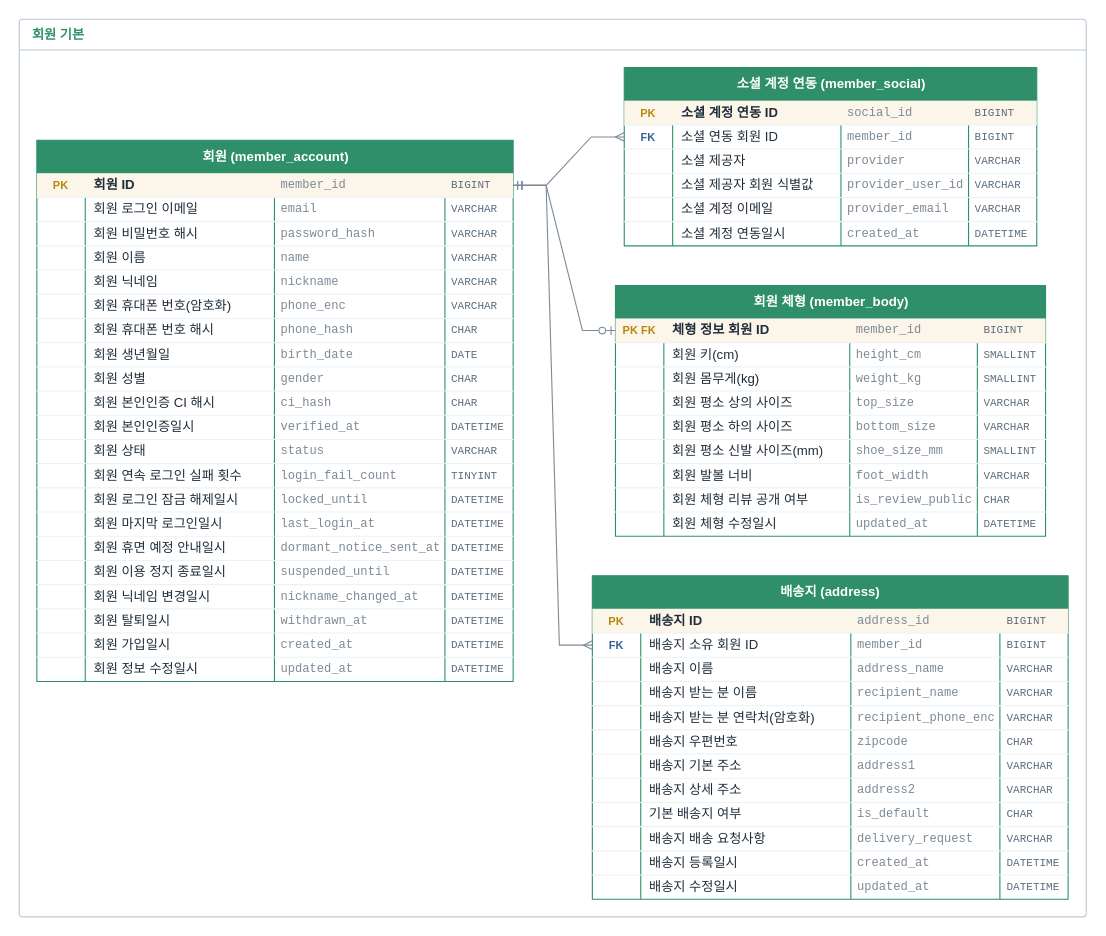
jjonong/fashion-shoppingmall keeps this draw.io diagram as page "고객" (2 of 2) of docs/erd.drawio. Above is the earlier version. Source tidied: cells renumbered, new cells numbered last; positions are measured from the earlier drawing's top-left corner, leaving out a move shared by most shapes. Both pictures are drawn from the tidied source at 110%, with x=0, y=0 at pixel (19, 19).
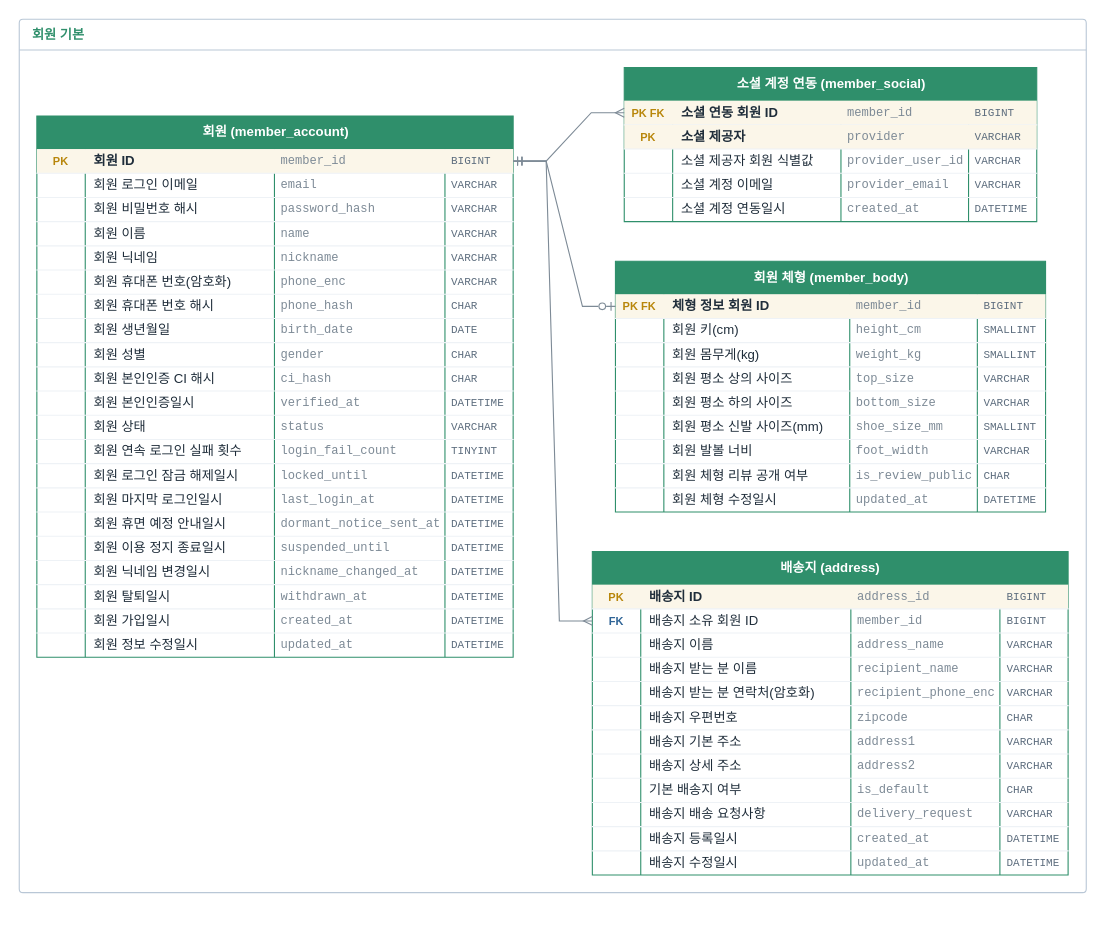
Above is the later version.

Change to the diagram source:
```diff
@@
     <mxCell id="2" value="회원 기본" style="swimlane;startSize=28;rounded=1;arcSize=4;fillColor=none;swimlaneFillColor=none;strokeColor=#b9c7d6;fontColor=#2f8f6b;fontStyle=1;align=left;spacingLeft=10;html=1;" parent="1" vertex="1">
-      <mxGeometry width="970" height="816" as="geometry" />
+      <mxGeometry width="970" height="794" as="geometry" />
     </mxCell>
     <mxCell id="3" value="회원 (member_account)" style="shape=table;startSize=30;childLayout=tableLayout;rowLines=0;fontStyle=1;align=center;html=1;fillColor=#2f8f6b;fontColor=#ffffff;strokeColor=#2f8f6b;swimlaneFillColor=#ffffff;" parent="2" vertex="1">
-      <mxGeometry x="16" y="110" width="433" height="492" as="geometry" />
+      <mxGeometry x="16" y="88" width="433" height="492" as="geometry" />
     </mxCell>
@@
     <mxCell id="109" value="소셜 계정 연동 (member_social)" style="shape=table;startSize=30;childLayout=tableLayout;rowLines=0;fontStyle=1;align=center;html=1;fillColor=#2f8f6b;fontColor=#ffffff;strokeColor=#2f8f6b;swimlaneFillColor=#ffffff;" parent="2" vertex="1">
-      <mxGeometry x="550" y="44" width="375" height="162" as="geometry" />
+      <mxGeometry x="550" y="44" width="375" height="140" as="geometry" />
     </mxCell>
-    <mxCell id="110" style="shape=tableRow;horizontal=0;startSize=0;swimlaneHead=0;swimlaneBody=0;fillColor=#FBF6E9;top=0;left=0;right=0;bottom=1;strokeColor=#eef2f6;" parent="109" vertex="1">
-      <mxGeometry y="30" width="375" height="22" as="geometry" />
-    </mxCell>
-    <mxCell id="111" value="PK" style="shape=partialRectangle;fillColor=none;top=0;left=0;bottom=0;right=0;overflow=hidden;html=1;fontStyle=1;fontColor=#B8860B;fontSize=10;align=center;" parent="110" vertex="1">
-      <mxGeometry width="44" height="22" as="geometry" />
-    </mxCell>
-    <mxCell id="112" value="소셜 계정 연동 ID" style="shape=partialRectangle;fillColor=none;top=0;left=0;bottom=0;right=0;overflow=hidden;html=1;fontStyle=1;fontColor=#1f2d3a;align=left;spacingLeft=6;" parent="110" vertex="1">
-      <mxGeometry x="44" width="153" height="22" as="geometry" />
-    </mxCell>
-    <mxCell id="113" value="social_id" style="shape=partialRectangle;fillColor=none;top=0;left=0;bottom=0;right=0;overflow=hidden;html=1;fontFamily=Consolas;fontColor=#7d8a96;fontSize=11;align=left;spacingLeft=4;" parent="110" vertex="1">
-      <mxGeometry x="197" width="116" height="22" as="geometry" />
-    </mxCell>
-    <mxCell id="114" value="BIGINT" style="shape=partialRectangle;fillColor=none;top=0;left=0;bottom=0;right=0;overflow=hidden;html=1;fontFamily=Consolas;fontColor=#5d6d7e;fontSize=10;align=left;spacingLeft=4;" parent="110" vertex="1">
-      <mxGeometry x="313" width="62" height="22" as="geometry" />
-    </mxCell>
-    <mxCell id="115" style="shape=tableRow;horizontal=0;startSize=0;swimlaneHead=0;swimlaneBody=0;fillColor=none;points=[[0,0.5],[1,0.5]];portConstraint=eastwest;top=0;left=0;right=0;bottom=1;strokeColor=#eef2f6;" parent="109" vertex="1">
-      <mxGeometry y="52" width="375" height="22" as="geometry" />
+    <mxCell id="115" style="shape=tableRow;horizontal=0;startSize=0;swimlaneHead=0;swimlaneBody=0;fillColor=#FBF6E9;points=[[0,0.5],[1,0.5]];portConstraint=eastwest;top=0;left=0;right=0;bottom=1;strokeColor=#eef2f6;" parent="109" vertex="1">
+      <mxGeometry y="30" width="375" height="22" as="geometry" />
     </mxCell>
-    <mxCell id="116" value="FK" style="shape=partialRectangle;fillColor=none;top=0;left=0;bottom=0;right=0;overflow=hidden;html=1;fontStyle=1;fontColor=#2f6496;fontSize=10;align=center;" parent="115" vertex="1">
+    <mxCell id="116" value="PK FK" style="shape=partialRectangle;fillColor=none;top=0;left=0;bottom=0;right=0;overflow=hidden;html=1;fontStyle=1;fontColor=#B8860B;fontSize=10;align=center;" parent="115" vertex="1">
       <mxGeometry width="44" height="22" as="geometry" />
     </mxCell>
-    <mxCell id="117" value="소셜 연동 회원 ID" style="shape=partialRectangle;fillColor=none;top=0;left=0;bottom=0;right=0;overflow=hidden;html=1;fontStyle=0;fontColor=#1f2d3a;align=left;spacingLeft=6;" parent="115" vertex="1">
+    <mxCell id="117" value="소셜 연동 회원 ID" style="shape=partialRectangle;fillColor=none;top=0;left=0;bottom=0;right=0;overflow=hidden;html=1;fontStyle=1;fontColor=#1f2d3a;align=left;spacingLeft=6;" parent="115" vertex="1">
       <mxGeometry x="44" width="153" height="22" as="geometry" />
     </mxCell>
@@
-    <mxCell id="120" style="shape=tableRow;horizontal=0;startSize=0;swimlaneHead=0;swimlaneBody=0;fillColor=none;top=0;left=0;right=0;bottom=1;strokeColor=#eef2f6;" parent="109" vertex="1">
-      <mxGeometry y="74" width="375" height="22" as="geometry" />
+    <mxCell id="120" style="shape=tableRow;horizontal=0;startSize=0;swimlaneHead=0;swimlaneBody=0;fillColor=#FBF6E9;top=0;left=0;right=0;bottom=1;strokeColor=#eef2f6;" parent="109" vertex="1">
+      <mxGeometry y="52" width="375" height="22" as="geometry" />
     </mxCell>
-    <mxCell id="121" style="shape=partialRectangle;fillColor=none;top=0;left=0;bottom=0;right=0;overflow=hidden;html=1;fontStyle=1;fontColor=#2f6496;fontSize=10;align=center;" parent="120" vertex="1">
+    <mxCell id="121" value="PK" style="shape=partialRectangle;fillColor=none;top=0;left=0;bottom=0;right=0;overflow=hidden;html=1;fontStyle=1;fontColor=#B8860B;fontSize=10;align=center;" parent="120" vertex="1">
       <mxGeometry width="44" height="22" as="geometry" />
     </mxCell>
-    <mxCell id="122" value="소셜 제공자" style="shape=partialRectangle;fillColor=none;top=0;left=0;bottom=0;right=0;overflow=hidden;html=1;fontStyle=0;fontColor=#1f2d3a;align=left;spacingLeft=6;" parent="120" vertex="1">
+    <mxCell id="122" value="소셜 제공자" style="shape=partialRectangle;fillColor=none;top=0;left=0;bottom=0;right=0;overflow=hidden;html=1;fontStyle=1;fontColor=#1f2d3a;align=left;spacingLeft=6;" parent="120" vertex="1">
       <mxGeometry x="44" width="153" height="22" as="geometry" />
     </mxCell>
@@
     <mxCell id="125" style="shape=tableRow;horizontal=0;startSize=0;swimlaneHead=0;swimlaneBody=0;fillColor=none;top=0;left=0;right=0;bottom=1;strokeColor=#eef2f6;" parent="109" vertex="1">
-      <mxGeometry y="96" width="375" height="22" as="geometry" />
+      <mxGeometry y="74" width="375" height="22" as="geometry" />
     </mxCell>
@@
     <mxCell id="130" style="shape=tableRow;horizontal=0;startSize=0;swimlaneHead=0;swimlaneBody=0;fillColor=none;top=0;left=0;right=0;bottom=1;strokeColor=#eef2f6;" parent="109" vertex="1">
-      <mxGeometry y="118" width="375" height="22" as="geometry" />
+      <mxGeometry y="96" width="375" height="22" as="geometry" />
     </mxCell>
@@
     <mxCell id="135" style="shape=tableRow;horizontal=0;startSize=0;swimlaneHead=0;swimlaneBody=0;fillColor=none;top=0;left=0;right=0;bottom=0;strokeColor=#eef2f6;" parent="109" vertex="1">
-      <mxGeometry y="140" width="375" height="22" as="geometry" />
+      <mxGeometry y="118" width="375" height="22" as="geometry" />
     </mxCell>
@@
     <mxCell id="140" value="회원 체형 (member_body)" style="shape=table;startSize=30;childLayout=tableLayout;rowLines=0;fontStyle=1;align=center;html=1;fillColor=#2f8f6b;fontColor=#ffffff;strokeColor=#2f8f6b;swimlaneFillColor=#ffffff;" parent="2" vertex="1">
-      <mxGeometry x="542" y="242" width="391" height="228" as="geometry" />
+      <mxGeometry x="542" y="220" width="391" height="228" as="geometry" />
     </mxCell>
@@
     <mxCell id="186" value="배송지 (address)" style="shape=table;startSize=30;childLayout=tableLayout;rowLines=0;fontStyle=1;align=center;html=1;fillColor=#2f8f6b;fontColor=#ffffff;strokeColor=#2f8f6b;swimlaneFillColor=#ffffff;" parent="2" vertex="1">
-      <mxGeometry x="521" y="506" width="432.5" height="294" as="geometry" />
+      <mxGeometry x="521" y="484" width="432.5" height="294" as="geometry" />
     </mxCell>
```
